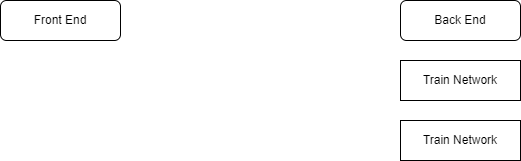
MAmJ4/Alpha-Decay-Half-Lives-Using-ML keeps this draw.io diagram as Write-Up/Class Diagrams/Front-End Back-End.png. Above is the earlier version. Source tidied: cells renumbered, new cells last; positions are measured from the earlier drawing's top-left corner, leaving out a move shared by most shapes.
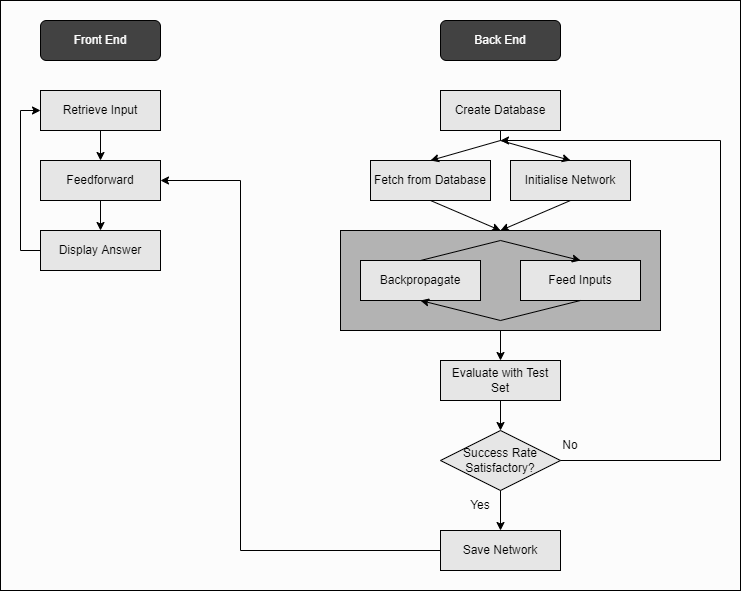
After the commit.

Change to the diagram source:
```diff
@@ -2,17 +2,132 @@
   <root>
     <mxCell id="0" />
     <mxCell id="1" parent="0" />
+    <mxCell id="6" style="rounded=0;whiteSpace=wrap;html=1;fontColor=#FFFFFF;fillColor=#FCFCFC;" parent="1" vertex="1">
+      <mxGeometry x="-20" y="-20" width="740" height="590" as="geometry" />
+    </mxCell>
-    <mxCell id="2" value="Front End" style="rounded=1;whiteSpace=wrap;html=1;" parent="1" vertex="1">
-      <mxGeometry width="120" height="40" as="geometry" />
+    <mxCell id="2" value="&lt;font color=&quot;#ffffff&quot;&gt;Front End&lt;/font&gt;" style="rounded=1;whiteSpace=wrap;html=1;fillColor=#424242;" parent="1" vertex="1">
+      <mxGeometry x="20" width="120" height="40" as="geometry" />
     </mxCell>
-    <mxCell id="3" value="Back End" style="rounded=1;whiteSpace=wrap;html=1;" parent="1" vertex="1">
-      <mxGeometry x="400" width="120" height="40" as="geometry" />
+    <mxCell id="3" value="&lt;font color=&quot;#ffffff&quot;&gt;Back End&lt;/font&gt;" style="rounded=1;whiteSpace=wrap;html=1;fillColor=#424242;" parent="1" vertex="1">
+      <mxGeometry x="420" width="120" height="40" as="geometry" />
     </mxCell>
-    <mxCell id="4" value="Train Network" style="rounded=0;whiteSpace=wrap;html=1;" parent="1" vertex="1">
-      <mxGeometry x="400" y="60" width="120" height="40" as="geometry" />
+    <mxCell id="4" value="Create Database" style="rounded=0;whiteSpace=wrap;html=1;fillColor=#E6E6E6;" parent="1" vertex="1">
+      <mxGeometry x="420" y="70" width="120" height="40" as="geometry" />
     </mxCell>
-    <mxCell id="5" value="Train Network" style="rounded=0;whiteSpace=wrap;html=1;" parent="1" vertex="1">
-      <mxGeometry x="400" y="120" width="120" height="40" as="geometry" />
+    <mxCell id="5" value="Fetch from Database" style="rounded=0;whiteSpace=wrap;html=1;fillColor=#E6E6E6;" parent="1" vertex="1">
+      <mxGeometry x="350" y="140" width="120" height="40" as="geometry" />
     </mxCell>
+    <mxCell id="7" style="rounded=0;whiteSpace=wrap;html=1;fillColor=#B3B3B3;" parent="1" vertex="1">
+      <mxGeometry x="320" y="210" width="320" height="100" as="geometry" />
+    </mxCell>
+    <mxCell id="8" value="Feed Inputs" style="rounded=0;whiteSpace=wrap;html=1;fillColor=#E6E6E6;" parent="1" vertex="1">
+      <mxGeometry x="500" y="240" width="120" height="40" as="geometry" />
+    </mxCell>
+    <mxCell id="9" value="Backpropagate" style="rounded=0;whiteSpace=wrap;html=1;fillColor=#E6E6E6;" parent="1" vertex="1">
+      <mxGeometry x="340" y="240" width="120" height="40" as="geometry" />
+    </mxCell>
+    <mxCell id="10" value="Evaluate with Test Set" style="rounded=0;whiteSpace=wrap;html=1;fillColor=#E6E6E6;" parent="1" vertex="1">
+      <mxGeometry x="420" y="340" width="120" height="40" as="geometry" />
+    </mxCell>
+    <mxCell id="11" style="endArrow=classic;html=1;rounded=0;exitX=0.5;exitY=0;exitDx=0;exitDy=0;entryX=0.5;entryY=0;entryDx=0;entryDy=0;" parent="1" edge="1" source="9" target="8">
+      <mxGeometry relative="1" as="geometry">
+        <Array as="points">
+          <mxPoint x="480" y="220" />
+        </Array>
+      </mxGeometry>
+    </mxCell>
+    <mxCell id="12" style="endArrow=classic;html=1;rounded=0;exitX=0.5;exitY=1;exitDx=0;exitDy=0;entryX=0.5;entryY=1;entryDx=0;entryDy=0;" parent="1" edge="1" source="8" target="9">
+      <mxGeometry relative="1" as="geometry">
+        <Array as="points">
+          <mxPoint x="480" y="300" />
+        </Array>
+      </mxGeometry>
+    </mxCell>
+    <mxCell id="13" value="Retrieve Input" style="rounded=0;whiteSpace=wrap;html=1;fillColor=#E6E6E6;" parent="1" vertex="1">
+      <mxGeometry x="20" y="70" width="120" height="40" as="geometry" />
+    </mxCell>
+    <mxCell id="14" value="Feedforward" style="rounded=0;whiteSpace=wrap;html=1;fillColor=#E6E6E6;" parent="1" vertex="1">
+      <mxGeometry x="20" y="140" width="120" height="40" as="geometry" />
+    </mxCell>
+    <mxCell id="15" value="Save Network" style="rounded=0;whiteSpace=wrap;html=1;fillColor=#E6E6E6;" parent="1" vertex="1">
+      <mxGeometry x="420" y="510" width="120" height="40" as="geometry" />
+    </mxCell>
+    <mxCell id="16" value="Success Rate Satisfactory?" style="rhombus;whiteSpace=wrap;html=1;fillColor=#E6E6E6;" parent="1" vertex="1">
+      <mxGeometry x="420" y="410" width="120" height="60" as="geometry" />
+    </mxCell>
+    <mxCell id="17" value="Initialise Network" style="rounded=0;whiteSpace=wrap;html=1;fillColor=#E6E6E6;" parent="1" vertex="1">
+      <mxGeometry x="490" y="140" width="120" height="40" as="geometry" />
+    </mxCell>
+    <mxCell id="18" style="endArrow=classic;html=1;rounded=0;entryX=0.5;entryY=0;entryDx=0;entryDy=0;exitX=0.5;exitY=1;exitDx=0;exitDy=0;" parent="1" edge="1" source="4" target="17">
+      <mxGeometry relative="1" as="geometry">
+        <Array as="points">
+          <mxPoint x="480" y="120" />
+        </Array>
+      </mxGeometry>
+    </mxCell>
+    <mxCell id="19" style="endArrow=classic;html=1;rounded=0;entryX=0.5;entryY=0;entryDx=0;entryDy=0;exitX=0.5;exitY=1;exitDx=0;exitDy=0;" parent="1" edge="1" source="4" target="5">
+      <mxGeometry relative="1" as="geometry">
+        <Array as="points">
+          <mxPoint x="480" y="120" />
+        </Array>
+      </mxGeometry>
+    </mxCell>
+    <mxCell id="20" style="endArrow=classic;html=1;rounded=0;entryX=0.5;entryY=0;entryDx=0;entryDy=0;exitX=0.5;exitY=1;exitDx=0;exitDy=0;" parent="1" edge="1" source="5" target="7">
+      <mxGeometry relative="1" as="geometry" />
+    </mxCell>
+    <mxCell id="21" style="endArrow=classic;html=1;rounded=0;exitX=0.5;exitY=1;exitDx=0;exitDy=0;" parent="1" edge="1" source="17">
+      <mxGeometry relative="1" as="geometry">
+        <mxPoint x="480" y="210" as="targetPoint" />
+      </mxGeometry>
+    </mxCell>
+    <mxCell id="22" style="endArrow=classic;html=1;rounded=0;entryX=0.5;entryY=0;entryDx=0;entryDy=0;exitX=0.5;exitY=1;exitDx=0;exitDy=0;" parent="1" edge="1" source="7" target="10">
+      <mxGeometry relative="1" as="geometry" />
+    </mxCell>
+    <mxCell id="23" style="endArrow=classic;html=1;rounded=0;entryX=0.5;entryY=0;entryDx=0;entryDy=0;exitX=0.5;exitY=1;exitDx=0;exitDy=0;" parent="1" edge="1" source="10" target="16">
+      <mxGeometry relative="1" as="geometry" />
+    </mxCell>
+    <mxCell id="24" style="endArrow=classic;html=1;rounded=0;entryX=0.5;entryY=0;entryDx=0;entryDy=0;exitX=0.5;exitY=1;exitDx=0;exitDy=0;" parent="1" edge="1" source="16" target="15">
+      <mxGeometry relative="1" as="geometry" />
+    </mxCell>
+    <mxCell id="25" value="Yes&lt;br&gt;" style="text;html=1;strokeColor=none;fillColor=none;align=center;verticalAlign=middle;whiteSpace=wrap;rounded=0;" parent="1" vertex="1">
+      <mxGeometry x="430" y="470" width="60" height="30" as="geometry" />
+    </mxCell>
+    <mxCell id="26" style="endArrow=classic;html=1;rounded=0;exitX=1;exitY=0.5;exitDx=0;exitDy=0;" parent="1" edge="1" source="16">
+      <mxGeometry relative="1" as="geometry">
+        <mxPoint x="480" y="120" as="targetPoint" />
+        <Array as="points">
+          <mxPoint x="700" y="440" />
+          <mxPoint x="700" y="120" />
+        </Array>
+      </mxGeometry>
+    </mxCell>
+    <mxCell id="27" value="No" style="text;html=1;strokeColor=none;fillColor=none;align=center;verticalAlign=middle;whiteSpace=wrap;rounded=0;" parent="1" vertex="1">
+      <mxGeometry x="520" y="410" width="60" height="30" as="geometry" />
+    </mxCell>
+    <mxCell id="28" value="Display Answer" style="rounded=0;whiteSpace=wrap;html=1;fillColor=#E6E6E6;" parent="1" vertex="1">
+      <mxGeometry x="20" y="210" width="120" height="40" as="geometry" />
+    </mxCell>
+    <mxCell id="29" style="endArrow=classic;html=1;rounded=0;exitX=0;exitY=0.5;exitDx=0;exitDy=0;entryX=1;entryY=0.5;entryDx=0;entryDy=0;" parent="1" edge="1" source="15" target="14">
+      <mxGeometry relative="1" as="geometry">
+        <Array as="points">
+          <mxPoint x="220" y="530" />
+          <mxPoint x="220" y="160" />
+        </Array>
+      </mxGeometry>
+    </mxCell>
+    <mxCell id="30" style="endArrow=classic;html=1;rounded=0;exitX=0.5;exitY=1;exitDx=0;exitDy=0;entryX=0.5;entryY=0;entryDx=0;entryDy=0;" parent="1" edge="1" source="13" target="14">
+      <mxGeometry relative="1" as="geometry" />
+    </mxCell>
+    <mxCell id="31" style="endArrow=classic;html=1;rounded=0;exitX=0.5;exitY=1;exitDx=0;exitDy=0;entryX=0.5;entryY=0;entryDx=0;entryDy=0;" parent="1" edge="1" source="14" target="28">
+      <mxGeometry relative="1" as="geometry" />
+    </mxCell>
+    <mxCell id="32" style="endArrow=classic;html=1;rounded=0;fontColor=#FFFFFF;exitX=0;exitY=0.5;exitDx=0;exitDy=0;entryX=0;entryY=0.5;entryDx=0;entryDy=0;" parent="1" edge="1" source="28" target="13">
+      <mxGeometry relative="1" as="geometry">
+        <Array as="points">
+          <mxPoint y="230" />
+          <mxPoint y="90" />
+        </Array>
+      </mxGeometry>
+    </mxCell>
   </root>
 </mxGraphModel>
```
